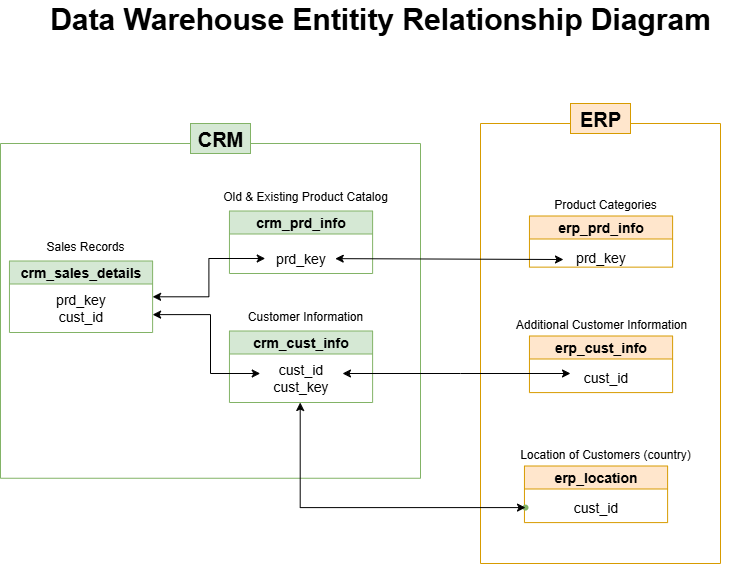
The draw.io diagram diagrams/DWH - ERD Diagram.png in jason-gokho-ing/sql-data-warehouse, before a commit. Source tidied: cells renumbered, new cells last; positions are measured from the earlier drawing's top-left corner, leaving out a move shared by most shapes.
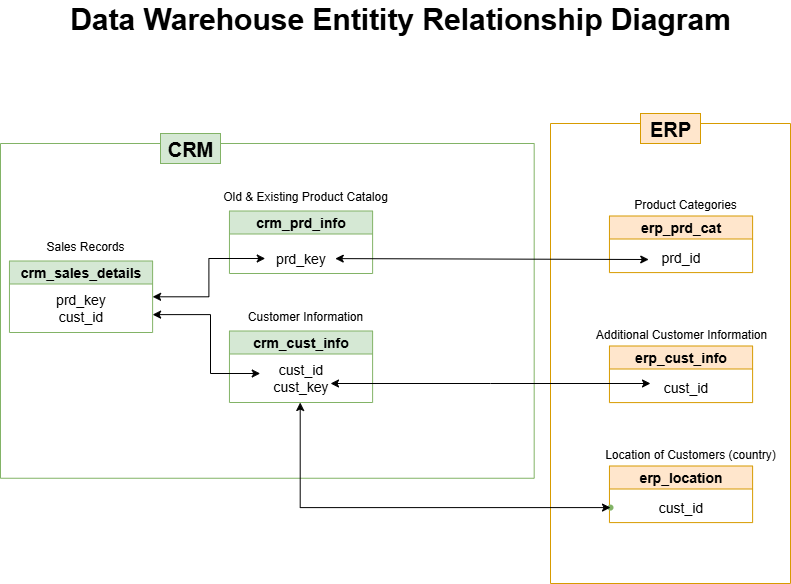
Later version of the same file.

Change to the diagram source:
```diff
@@ -1,11 +1,11 @@
-<mxGraphModel background="#ffffff">
+<mxGraphModel>
   <root>
     <mxCell id="0" />
     <mxCell id="1" parent="0" />
     <mxCell id="2" style="swimlane;startSize=0;fillColor=#d5e8d4;strokeColor=#82b366;labelBackgroundColor=default;" parent="1" vertex="1">
-      <mxGeometry y="140" width="420" height="334.8" as="geometry" />
+      <mxGeometry x="-20" y="140" width="533.7" height="334.8" as="geometry" />
     </mxCell>
-    <mxCell id="3" style="group;labelBackgroundColor=default;" parent="2" vertex="1">
+    <mxCell id="3" style="group;" parent="2" vertex="1">
       <mxGeometry y="90" width="170" height="110" as="geometry" />
     </mxCell>
     <mxCell id="4" value="&lt;font style=&quot;font-size: 12px;&quot;&gt;Sales Records&lt;/font&gt;" style="text;html=1;align=center;verticalAlign=middle;whiteSpace=wrap;rounded=0;fontSize=16;" parent="3" vertex="1">
@@ -17,7 +17,7 @@
     <mxCell id="6" value="&lt;font style=&quot;font-size: 14px;&quot;&gt;prd_key&lt;/font&gt;&lt;div&gt;&lt;font style=&quot;font-size: 14px;&quot;&gt;cust_id&lt;/font&gt;&lt;/div&gt;" style="text;html=1;align=center;verticalAlign=middle;strokeColor=none;fillColor=none;" parent="5" vertex="1">
       <mxGeometry x="35.8" y="21.5" width="70" height="50" as="geometry" />
     </mxCell>
-    <mxCell id="7" style="group;labelBackgroundColor=default;" parent="2" vertex="1">
+    <mxCell id="7" style="group;" parent="2" vertex="1">
       <mxGeometry x="220" y="160" width="170" height="110" as="geometry" />
     </mxCell>
     <mxCell id="8" value="&lt;span style=&quot;font-size: 12px;&quot;&gt;Customer Information&lt;/span&gt;" style="text;html=1;align=center;verticalAlign=middle;whiteSpace=wrap;rounded=0;fontSize=16;" parent="7" vertex="1">
@@ -29,7 +29,7 @@
     <mxCell id="10" value="&lt;font style=&quot;font-size: 14px;&quot;&gt;cust_id&lt;/font&gt;&lt;div&gt;&lt;font style=&quot;font-size: 14px;&quot;&gt;cust_key&lt;/font&gt;&lt;/div&gt;" style="text;html=1;align=center;verticalAlign=middle;points=[];strokeColor=none;fillColor=none;" parent="9" vertex="1">
       <mxGeometry x="30.8" y="21.5" width="80" height="50" as="geometry" />
     </mxCell>
-    <mxCell id="11" style="group;labelBackgroundColor=default;" parent="2" vertex="1">
+    <mxCell id="11" style="group;" parent="2" vertex="1">
       <mxGeometry x="220" y="40" width="170" height="110" as="geometry" />
     </mxCell>
     <mxCell id="12" value="&lt;span style=&quot;font-size: 12px;&quot;&gt;Old &amp;amp; Existing Product Catalog&lt;/span&gt;" style="text;html=1;align=center;verticalAlign=middle;whiteSpace=wrap;rounded=0;fontSize=16;" parent="11" vertex="1">
@@ -53,16 +53,16 @@
       <mxGeometry relative="1" as="geometry" />
     </mxCell>
     <mxCell id="17" value="&lt;span&gt;&lt;font style=&quot;font-size: 20px;&quot;&gt;CRM&lt;/font&gt;&lt;/span&gt;" style="text;html=1;align=center;verticalAlign=middle;whiteSpace=wrap;rounded=0;fillColor=#d5e8d4;strokeColor=#82b366;fontStyle=1;fontSize=16;" parent="2" vertex="1">
-      <mxGeometry x="190" y="-20" width="60" height="30" as="geometry" />
+      <mxGeometry x="160" y="-10" width="60" height="30" as="geometry" />
     </mxCell>
     <mxCell id="18" value="&lt;b style=&quot;&quot;&gt;&lt;font style=&quot;font-size: 30px;&quot;&gt;Data Warehouse Entitity Relationship Diagram&lt;/font&gt;&lt;/b&gt;" style="text;html=1;align=center;verticalAlign=middle;whiteSpace=wrap;rounded=0;" parent="1" vertex="1">
       <mxGeometry x="20" width="720" height="30" as="geometry" />
     </mxCell>
     <mxCell id="19" style="swimlane;startSize=0;fillColor=#ffe6cc;strokeColor=#d79b00;labelBackgroundColor=default;" parent="1" vertex="1">
-      <mxGeometry x="480" y="120" width="240" height="440" as="geometry" />
+      <mxGeometry x="530" y="120" width="240" height="460" as="geometry" />
     </mxCell>
-    <mxCell id="20" style="group;labelBackgroundColor=default;" parent="19" vertex="1">
-      <mxGeometry x="40" y="190" width="180" height="90" as="geometry" />
+    <mxCell id="20" style="group;" parent="19" vertex="1">
+      <mxGeometry x="50" y="200" width="180" height="90" as="geometry" />
     </mxCell>
     <mxCell id="21" value="&lt;span style=&quot;font-size: 12px;&quot;&gt;Additional Customer Information&lt;/span&gt;" style="text;html=1;align=center;verticalAlign=middle;whiteSpace=wrap;rounded=0;fontSize=16;" parent="20" vertex="1">
       <mxGeometry x="-9.5" width="180" height="18" as="geometry" />
@@ -73,20 +73,23 @@
     <mxCell id="23" value="&lt;span style=&quot;font-size: 14px;&quot;&gt;cust_id&lt;/span&gt;" style="text;html=1;align=center;verticalAlign=middle;points=[];strokeColor=none;fillColor=none;" parent="22" vertex="1">
       <mxGeometry x="41" y="26.6" width="70" height="30" as="geometry" />
     </mxCell>
+    <mxCell id="36" value="&lt;span style=&quot;font-size: 20px;&quot;&gt;ERP&lt;/span&gt;" style="text;html=1;align=center;verticalAlign=middle;whiteSpace=wrap;rounded=0;fillColor=#ffe6cc;strokeColor=#d79b00;fontStyle=1;" parent="19" vertex="1">
+      <mxGeometry x="90" y="-10" width="60" height="30" as="geometry" />
+    </mxCell>
     <mxCell id="24" style="group;labelBackgroundColor=default;" parent="19" vertex="1">
-      <mxGeometry x="40" y="70" width="170" height="90" as="geometry" />
+      <mxGeometry x="50" y="70" width="170" height="90" as="geometry" />
     </mxCell>
     <mxCell id="25" value="&lt;span style=&quot;font-size: 12px;&quot;&gt;Product Categories&lt;/span&gt;" style="text;html=1;align=center;verticalAlign=middle;whiteSpace=wrap;rounded=0;fontSize=16;" parent="24" vertex="1">
       <mxGeometry width="170" height="18" as="geometry" />
     </mxCell>
-    <mxCell id="26" value="&lt;font style=&quot;font-size: 14px;&quot;&gt;erp_prd_info&lt;/font&gt;" style="swimlane;whiteSpace=wrap;html=1;startSize=23;fillColor=#ffe6cc;strokeColor=#d79b00;" parent="24" vertex="1">
-      <mxGeometry x="8.9" y="22.5" width="143.2" height="51.1" as="geometry" />
+    <mxCell id="26" value="&lt;font style=&quot;font-size: 14px;&quot;&gt;erp_prd_cat&lt;/font&gt;" style="swimlane;whiteSpace=wrap;html=1;startSize=23;fillColor=#ffe6cc;strokeColor=#d79b00;" parent="24" vertex="1">
+      <mxGeometry x="8.9" y="22.5" width="143.2" height="56.6" as="geometry" />
     </mxCell>
-    <mxCell id="27" value="&lt;font style=&quot;font-size: 14px;&quot;&gt;prd_key&lt;/font&gt;" style="text;html=1;align=center;verticalAlign=middle;points=[];strokeColor=none;fillColor=none;" parent="26" vertex="1">
-      <mxGeometry x="35.8" y="26.6" width="70" height="30" as="geometry" />
+    <mxCell id="27" value="&lt;font style=&quot;font-size: 14px;&quot;&gt;prd_id&lt;/font&gt;" style="text;html=1;align=center;verticalAlign=middle;points=[];strokeColor=none;fillColor=none;" parent="26" vertex="1">
+      <mxGeometry x="40.8" y="26.6" width="60" height="30" as="geometry" />
     </mxCell>
-    <mxCell id="28" style="group;labelBackgroundColor=default;" parent="19" vertex="1">
-      <mxGeometry x="35" y="320" width="180" height="90" as="geometry" />
+    <mxCell id="28" style="group;" parent="19" vertex="1">
+      <mxGeometry x="50" y="320" width="180" height="90" as="geometry" />
     </mxCell>
     <mxCell id="29" value="&lt;span style=&quot;font-size: 12px;&quot;&gt;Location of Customers (country)&lt;/span&gt;" style="text;html=1;align=center;verticalAlign=middle;whiteSpace=wrap;rounded=0;fontSize=16;" parent="28" vertex="1">
       <mxGeometry width="180" height="18" as="geometry" />
@@ -106,20 +109,18 @@
     <mxCell id="34" style="edgeStyle=orthogonalEdgeStyle;rounded=0;jettySize=auto;html=1;startArrow=classic;startFill=1;" parent="1" edge="1" source="10" target="32">
       <mxGeometry relative="1" as="geometry">
         <Array as="points">
-          <mxPoint x="300" y="504" />
+          <mxPoint x="280" y="504" />
         </Array>
       </mxGeometry>
     </mxCell>
-    <mxCell id="35" style="edgeStyle=orthogonalEdgeStyle;rounded=0;jettySize=auto;html=1;startArrow=classic;startFill=1;exitX=1.028;exitY=0.42;exitDx=0;exitDy=0;exitPerimeter=0;" parent="1" edge="1" source="10" target="23">
+    <mxCell id="35" style="edgeStyle=orthogonalEdgeStyle;rounded=0;jettySize=auto;html=1;startArrow=classic;startFill=1;" parent="1" edge="1" target="23">
       <mxGeometry relative="1" as="geometry">
+        <mxPoint x="310" y="380" as="sourcePoint" />
         <Array as="points">
-          <mxPoint x="460" y="370" />
-          <mxPoint x="460" y="370" />
+          <mxPoint x="470" y="380" />
+          <mxPoint x="470" y="380" />
         </Array>
       </mxGeometry>
     </mxCell>
-    <mxCell id="36" value="&lt;span style=&quot;font-size: 20px;&quot;&gt;ERP&lt;/span&gt;" style="text;html=1;align=center;verticalAlign=middle;whiteSpace=wrap;rounded=0;fillColor=#ffe6cc;strokeColor=#d79b00;fontStyle=1;" parent="1" vertex="1">
-      <mxGeometry x="570" y="100" width="60" height="30" as="geometry" />
-    </mxCell>
   </root>
 </mxGraphModel>
```
